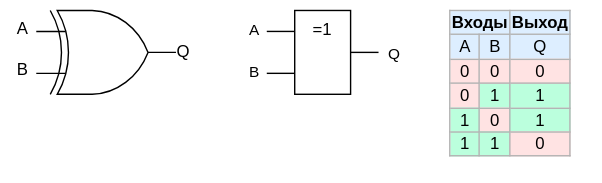
Before: .pic/Introduction/How FPGA works/fig_03.drawio.svg, a diagram exported from draw.io (MPSU/APS). Source tidied: cells renumbered, new cells last; positions are measured from the earlier drawing's top-left corner, leaving out a move shared by most shapes.
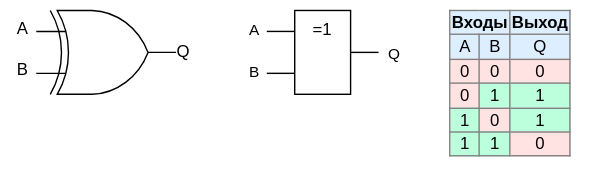
The same file after the commit.

Diff of the diagram source:
```diff
@@ -47,7 +47,7 @@
     <mxCell id="12" value="=1" style="rounded=0;whiteSpace=wrap;html=1;horizontal=1;verticalAlign=top;" parent="1" vertex="1">
       <mxGeometry x="210" y="7" width="40" height="60" as="geometry" />
     </mxCell>
-    <mxCell id="13" value="&lt;table border=&quot;1&quot; class=&quot;wikitable&quot; style=&quot;float: right; text-align: center; border: 1px solid rgb(179, 179, 179); border-collapse: collapse;&quot;&gt;&lt;tbody&gt;&lt;tr style=&quot;background:#def;&quot;&gt;&lt;td colspan=&quot;2&quot;&gt;&lt;b&gt;Входы&lt;/b&gt;&lt;/td&gt;&lt;td&gt;&lt;b&gt;Выход&lt;/b&gt;&lt;br&gt;&lt;/td&gt;&lt;/tr&gt;&lt;tr style=&quot;background:#def;&quot;&gt;&lt;td&gt;A&lt;/td&gt;&lt;td&gt;B&lt;/td&gt;&lt;td&gt;Q&lt;br&gt;&lt;/td&gt;&lt;/tr&gt;&lt;tr&gt;&lt;td style=&quot;background: #FFE3E3; color: black; vertical-align: middle; text-align: center;&quot; class=&quot;table-no2&quot;&gt;0&lt;/td&gt;&lt;td style=&quot;background: #FFE3E3; color: black; vertical-align: middle; text-align: center;&quot; class=&quot;table-no2&quot;&gt;0&lt;/td&gt;&lt;td style=&quot;background: #FFE3E3; color: black; vertical-align: middle; text-align: center;&quot; class=&quot;table-no2&quot;&gt;0&lt;br&gt;&lt;/td&gt;&lt;/tr&gt;&lt;tr&gt;&lt;td style=&quot;background: #FFE3E3; color: black; vertical-align: middle; text-align: center;&quot; class=&quot;table-no2&quot;&gt;0&lt;/td&gt;&lt;td style=&quot;background:#bfd; color:black; vertical-align:middle; text-align:center;&quot; class=&quot;table-yes2&quot;&gt;1&lt;/td&gt;&lt;td border=&quot;1&quot; style=&quot;background: rgb(187, 255, 221); color: black; vertical-align: middle; text-align: center; border-collapse: collapse;&quot; class=&quot;table-no2&quot;&gt;&lt;span style=&quot;&quot;&gt;1&lt;/span&gt;&lt;br&gt;&lt;/td&gt;&lt;/tr&gt;&lt;tr&gt;&lt;td style=&quot;background:#bfd; color:black; vertical-align:middle; text-align:center;&quot; class=&quot;table-yes2&quot;&gt;1&lt;/td&gt;&lt;td style=&quot;background: #FFE3E3; color: black; vertical-align: middle; text-align: center;&quot; class=&quot;table-no2&quot;&gt;0&lt;/td&gt;&lt;td style=&quot;background: rgb(187, 255, 221); color: black; vertical-align: middle; text-align: center;&quot; class=&quot;table-no2&quot;&gt;1&lt;br&gt;&lt;/td&gt;&lt;/tr&gt;&lt;tr&gt;&lt;td style=&quot;background:#bfd; color:black; vertical-align:middle; text-align:center;&quot; class=&quot;table-yes2&quot;&gt;1&lt;/td&gt;&lt;td style=&quot;background:#bfd; color:black; vertical-align:middle; text-align:center;&quot; class=&quot;table-yes2&quot;&gt;1&lt;/td&gt;&lt;td style=&quot;background: rgb(255, 227, 227); color: black; vertical-align: middle; text-align: center;&quot; class=&quot;table-yes2&quot;&gt;0&lt;br&gt;&lt;/td&gt;&lt;/tr&gt;&lt;/tbody&gt;&lt;/table&gt;" style="text;whiteSpace=wrap;html=1;strokeColor=none;" parent="1" vertex="1">
+    <mxCell id="13" value="&lt;table border=&quot;1&quot; class=&quot;wikitable&quot; style=&quot;float: right; text-align: center; border: 1px solid rgb(128, 128, 128); border-collapse: collapse;&quot;&gt;&lt;tbody&gt;&lt;tr style=&quot;background:#def;&quot;&gt;&lt;td colspan=&quot;2&quot; style=&quot;border: 1px solid rgb(128, 128, 128);&quot;&gt;&lt;b&gt;Входы&lt;/b&gt;&lt;/td&gt;&lt;td style=&quot;border: 1px solid rgb(128, 128, 128);&quot;&gt;&lt;b&gt;Выход&lt;/b&gt;&lt;br&gt;&lt;/td&gt;&lt;/tr&gt;&lt;tr style=&quot;background:#def;&quot;&gt;&lt;td style=&quot;border: 1px solid rgb(128, 128, 128);&quot;&gt;A&lt;/td&gt;&lt;td style=&quot;border: 1px solid rgb(128, 128, 128);&quot;&gt;B&lt;/td&gt;&lt;td style=&quot;border: 1px solid rgb(128, 128, 128);&quot;&gt;Q&lt;br&gt;&lt;/td&gt;&lt;/tr&gt;&lt;tr&gt;&lt;td style=&quot;background: #FFE3E3; color: black; vertical-align: middle; text-align: center; border: 1px solid rgb(128, 128, 128);&quot; class=&quot;table-no2&quot;&gt;0&lt;/td&gt;&lt;td style=&quot;background: #FFE3E3; color: black; vertical-align: middle; text-align: center; border: 1px solid rgb(128, 128, 128);&quot; class=&quot;table-no2&quot;&gt;0&lt;/td&gt;&lt;td style=&quot;background: #FFE3E3; color: black; vertical-align: middle; text-align: center; border: 1px solid rgb(128, 128, 128);&quot; class=&quot;table-no2&quot;&gt;0&lt;br&gt;&lt;/td&gt;&lt;/tr&gt;&lt;tr&gt;&lt;td style=&quot;background: #FFE3E3; color: black; vertical-align: middle; text-align: center; border: 1px solid rgb(128, 128, 128);&quot; class=&quot;table-no2&quot;&gt;0&lt;/td&gt;&lt;td style=&quot;background:#bfd; color:black; vertical-align:middle; text-align:center; border: 1px solid rgb(128, 128, 128);&quot; class=&quot;table-yes2&quot;&gt;1&lt;/td&gt;&lt;td border=&quot;1&quot; style=&quot;background: rgb(187, 255, 221); color: black; vertical-align: middle; text-align: center; border-collapse: collapse; border: 1px solid rgb(128, 128, 128);&quot; class=&quot;table-no2&quot;&gt;&lt;span style=&quot;&quot;&gt;1&lt;/span&gt;&lt;br&gt;&lt;/td&gt;&lt;/tr&gt;&lt;tr&gt;&lt;td style=&quot;background:#bfd; color:black; vertical-align:middle; text-align:center; border: 1px solid rgb(128, 128, 128);&quot; class=&quot;table-yes2&quot;&gt;1&lt;/td&gt;&lt;td style=&quot;background: #FFE3E3; color: black; vertical-align: middle; text-align: center; border: 1px solid rgb(128, 128, 128);&quot; class=&quot;table-no2&quot;&gt;0&lt;/td&gt;&lt;td style=&quot;background: rgb(187, 255, 221); color: black; vertical-align: middle; text-align: center; border: 1px solid rgb(128, 128, 128);&quot; class=&quot;table-no2&quot;&gt;1&lt;br&gt;&lt;/td&gt;&lt;/tr&gt;&lt;tr&gt;&lt;td style=&quot;background:#bfd; color:black; vertical-align:middle; text-align:center; border: 1px solid rgb(128, 128, 128);&quot; class=&quot;table-yes2&quot;&gt;1&lt;/td&gt;&lt;td style=&quot;background:#bfd; color:black; vertical-align:middle; text-align:center; border: 1px solid rgb(128, 128, 128);&quot; class=&quot;table-yes2&quot;&gt;1&lt;/td&gt;&lt;td style=&quot;background: rgb(255, 227, 227); color: black; vertical-align: middle; text-align: center; border: 1px solid rgb(128, 128, 128);&quot; class=&quot;table-yes2&quot;&gt;0&lt;br&gt;&lt;/td&gt;&lt;/tr&gt;&lt;/tbody&gt;&lt;/table&gt;" style="text;whiteSpace=wrap;html=1;strokeColor=none;" parent="1" vertex="1">
       <mxGeometry x="319" width="110" height="130" as="geometry" />
     </mxCell>
   </root>
```
